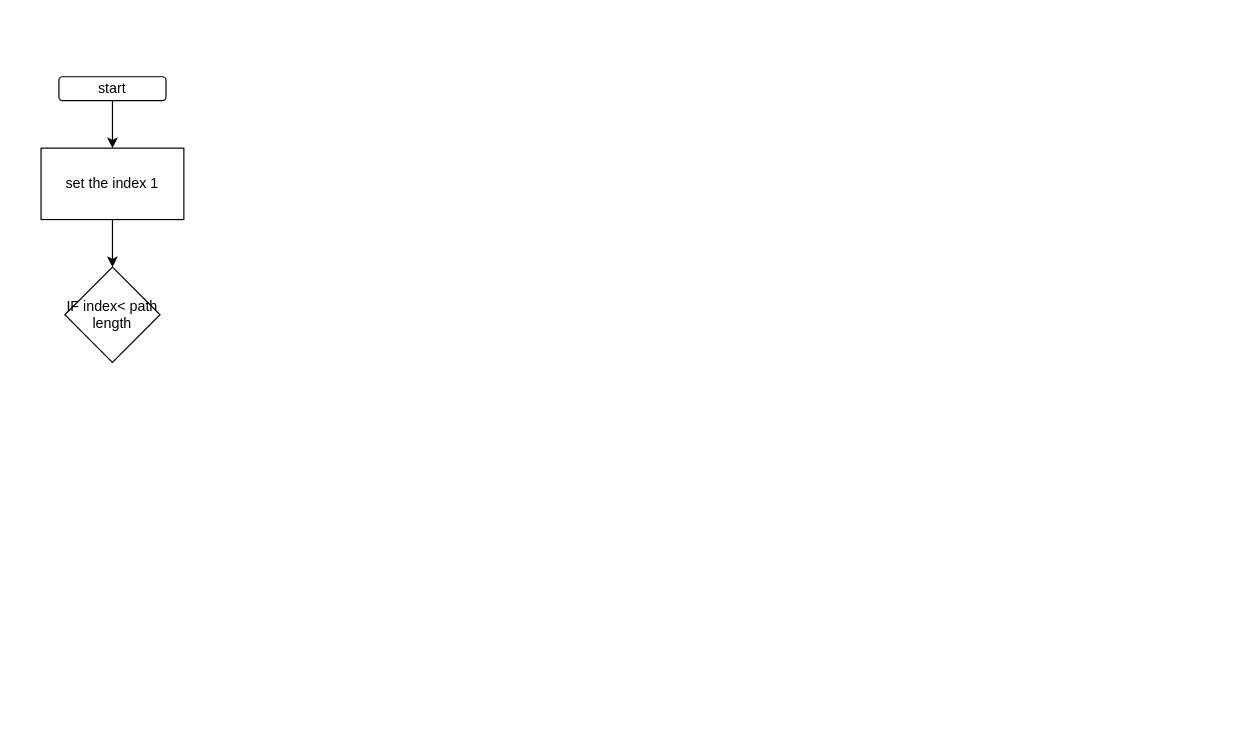
sivagit/diagrams keeps this draw.io diagram as vehicle/subTargetReachCallback.drawio. Above is the earlier version. Source tidied: cells renumbered, new cells numbered last; positions are measured from the earlier drawing's top-left corner, leaving out a move shared by most shapes. Both pictures are drawn from the tidied source at 119%, with x=0, y=0 at pixel (40, 76).
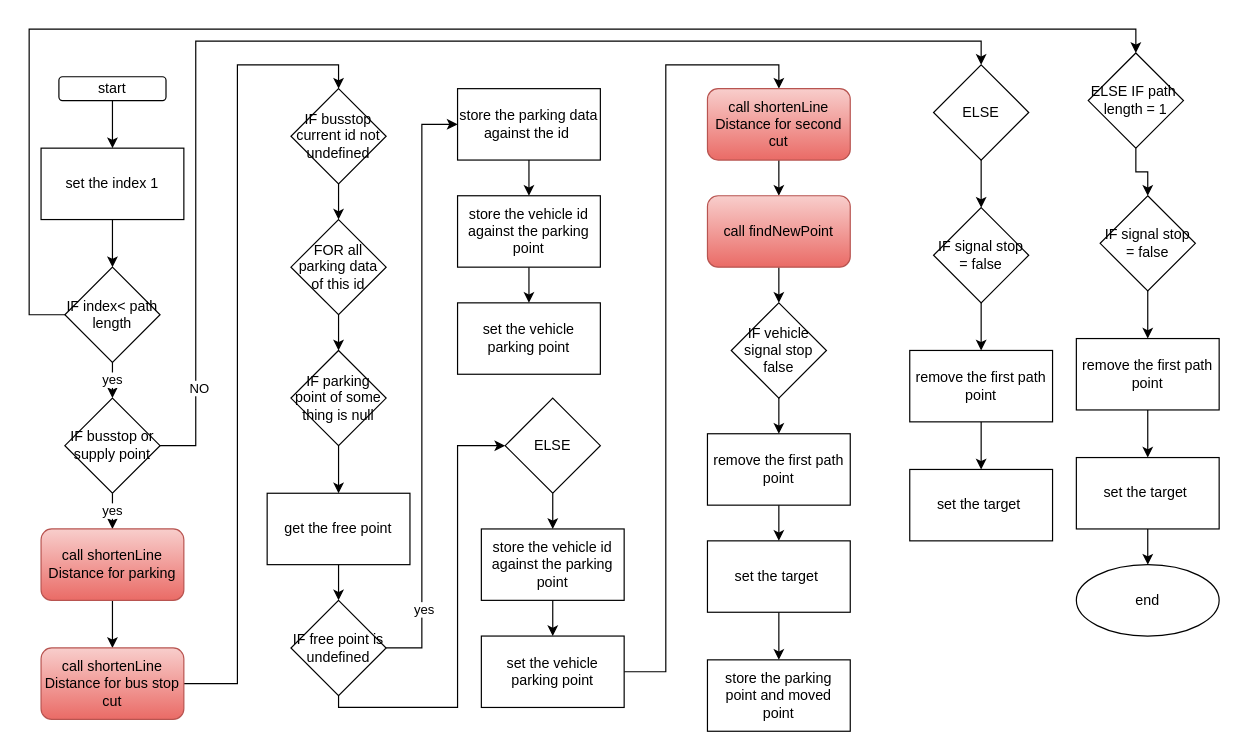
The same diagram, later.

Unchanged cells that the change refers to:
```xml
<mxCell id="6" value="IF index&amp;lt; path length" style="rhombus;whiteSpace=wrap;html=1;rounded=0;" parent="1" vertex="1">
  <mxGeometry x="20" y="160" width="80" height="80" as="geometry" />
</mxCell>
```

Change to the diagram source:
```diff
@@
+    <mxCell id="7" value="yes" style="edgeStyle=orthogonalEdgeStyle;rounded=0;jettySize=auto;html=1;" parent="1" edge="1" source="6" target="12">
+      <mxGeometry relative="1" as="geometry" />
+    </mxCell>
+    <mxCell id="8" style="edgeStyle=orthogonalEdgeStyle;rounded=0;jettySize=auto;html=1;" parent="1" edge="1" source="6" target="59">
+      <mxGeometry relative="1" as="geometry">
+        <Array as="points">
+          <mxPoint x="-10" y="200" />
+          <mxPoint x="-10" y="-40" />
+          <mxPoint x="920" y="-40" />
+        </Array>
+      </mxGeometry>
+    </mxCell>
@@
+    <mxCell id="9" value="yes" style="edgeStyle=orthogonalEdgeStyle;rounded=0;jettySize=auto;html=1;" parent="1" edge="1" source="12" target="14">
+      <mxGeometry relative="1" as="geometry" />
+    </mxCell>
+    <mxCell id="10" style="edgeStyle=orthogonalEdgeStyle;rounded=0;jettySize=auto;html=1;" parent="1" edge="1" source="12" target="52">
+      <mxGeometry relative="1" as="geometry">
+        <Array as="points">
+          <mxPoint x="130" y="310" />
+          <mxPoint x="130" y="-30" />
+          <mxPoint x="790" y="-30" />
+        </Array>
+      </mxGeometry>
+    </mxCell>
+    <mxCell id="11" value="NO" style="edgeLabel;html=1;align=center;verticalAlign=middle;" parent="10" vertex="1">
+      <mxGeometry x="-0.85" y="-2" relative="1" as="geometry" />
+    </mxCell>
+    <mxCell id="12" value="IF busstop or supply point" style="rhombus;whiteSpace=wrap;html=1;" parent="1" vertex="1">
+      <mxGeometry x="20" y="270" width="80" height="80" as="geometry" />
+    </mxCell>
+    <mxCell id="13" style="edgeStyle=orthogonalEdgeStyle;rounded=0;jettySize=auto;html=1;" parent="1" edge="1" source="14" target="16">
+      <mxGeometry relative="1" as="geometry" />
+    </mxCell>
+    <mxCell id="14" value="call&amp;nbsp;shortenLine&lt;br&gt;Distance for parking" style="rounded=1;whiteSpace=wrap;html=1;fillColor=#f8cecc;gradientColor=#ea6b66;strokeColor=#b85450;" parent="1" vertex="1">
+      <mxGeometry y="380" width="120" height="60" as="geometry" />
+    </mxCell>
+    <mxCell id="15" style="edgeStyle=orthogonalEdgeStyle;rounded=0;jettySize=auto;html=1;entryX=0.5;entryY=0;entryDx=0;entryDy=0;" parent="1" edge="1" source="16" target="18">
+      <mxGeometry relative="1" as="geometry" />
+    </mxCell>
+    <mxCell id="16" value="call&amp;nbsp;shortenLine&lt;br&gt;Distance for bus stop cut" style="rounded=1;whiteSpace=wrap;html=1;fillColor=#f8cecc;gradientColor=#ea6b66;strokeColor=#b85450;" parent="1" vertex="1">
+      <mxGeometry y="480" width="120" height="60" as="geometry" />
+    </mxCell>
+    <mxCell id="17" style="edgeStyle=orthogonalEdgeStyle;rounded=0;jettySize=auto;html=1;" parent="1" edge="1" source="18" target="20">
+      <mxGeometry relative="1" as="geometry" />
+    </mxCell>
+    <mxCell id="18" value="IF busstop current id not undefined" style="rhombus;whiteSpace=wrap;html=1;" parent="1" vertex="1">
+      <mxGeometry x="210" y="10" width="80" height="80" as="geometry" />
+    </mxCell>
+    <mxCell id="19" style="edgeStyle=orthogonalEdgeStyle;rounded=0;jettySize=auto;html=1;" parent="1" edge="1" source="20" target="22">
+      <mxGeometry relative="1" as="geometry" />
+    </mxCell>
+    <mxCell id="20" value="FOR all parking data of this id" style="rhombus;whiteSpace=wrap;html=1;" parent="1" vertex="1">
+      <mxGeometry x="210" y="120" width="80" height="80" as="geometry" />
+    </mxCell>
+    <mxCell id="21" style="edgeStyle=orthogonalEdgeStyle;rounded=0;jettySize=auto;html=1;" parent="1" edge="1" source="22" target="24">
+      <mxGeometry relative="1" as="geometry" />
+    </mxCell>
+    <mxCell id="22" value="IF parking point of some thing is null" style="rhombus;whiteSpace=wrap;html=1;" parent="1" vertex="1">
+      <mxGeometry x="210" y="230" width="80" height="80" as="geometry" />
+    </mxCell>
+    <mxCell id="23" style="edgeStyle=orthogonalEdgeStyle;rounded=0;jettySize=auto;html=1;" parent="1" edge="1" source="24" target="28">
+      <mxGeometry relative="1" as="geometry" />
+    </mxCell>
+    <mxCell id="24" value="get the free point" style="whiteSpace=wrap;html=1;" parent="1" vertex="1">
+      <mxGeometry x="190" y="350" width="120" height="60" as="geometry" />
+    </mxCell>
+    <mxCell id="25" style="edgeStyle=orthogonalEdgeStyle;rounded=0;jettySize=auto;html=1;" parent="1" edge="1" source="28" target="30">
+      <mxGeometry relative="1" as="geometry">
+        <Array as="points">
+          <mxPoint x="320" y="480" />
+          <mxPoint x="320" y="40" />
+        </Array>
+      </mxGeometry>
+    </mxCell>
+    <mxCell id="26" value="yes" style="edgeLabel;html=1;align=center;verticalAlign=middle;" parent="25" vertex="1">
+      <mxGeometry x="-0.75" y="-1" relative="1" as="geometry" />
+    </mxCell>
+    <mxCell id="27" style="edgeStyle=orthogonalEdgeStyle;rounded=0;jettySize=auto;html=1;" parent="1" edge="1" source="28" target="35">
+      <mxGeometry relative="1" as="geometry">
+        <Array as="points">
+          <mxPoint x="250" y="530" />
+          <mxPoint x="350" y="530" />
+          <mxPoint x="350" y="310" />
+        </Array>
+      </mxGeometry>
+    </mxCell>
+    <mxCell id="28" value="IF free point is undefined" style="rhombus;whiteSpace=wrap;html=1;" parent="1" vertex="1">
+      <mxGeometry x="210" y="440" width="80" height="80" as="geometry" />
+    </mxCell>
+    <mxCell id="29" style="edgeStyle=orthogonalEdgeStyle;rounded=0;jettySize=auto;html=1;" parent="1" edge="1" source="30" target="32">
+      <mxGeometry relative="1" as="geometry" />
+    </mxCell>
+    <mxCell id="30" value="store the parking data against the id&amp;nbsp;" style="whiteSpace=wrap;html=1;" parent="1" vertex="1">
+      <mxGeometry x="350" y="10" width="120" height="60" as="geometry" />
+    </mxCell>
+    <mxCell id="31" style="edgeStyle=orthogonalEdgeStyle;rounded=0;jettySize=auto;html=1;" parent="1" edge="1" source="32" target="33">
+      <mxGeometry relative="1" as="geometry" />
+    </mxCell>
+    <mxCell id="32" value="store the vehicle id against the parking point" style="whiteSpace=wrap;html=1;" parent="1" vertex="1">
+      <mxGeometry x="350" y="100" width="120" height="60" as="geometry" />
+    </mxCell>
+    <mxCell id="33" value="set the vehicle parking point" style="whiteSpace=wrap;html=1;" parent="1" vertex="1">
+      <mxGeometry x="350" y="190" width="120" height="60" as="geometry" />
+    </mxCell>
+    <mxCell id="34" style="edgeStyle=orthogonalEdgeStyle;rounded=0;jettySize=auto;html=1;" parent="1" edge="1" source="35" target="37">
+      <mxGeometry relative="1" as="geometry" />
+    </mxCell>
+    <mxCell id="35" value="ELSE" style="rhombus;whiteSpace=wrap;html=1;" parent="1" vertex="1">
+      <mxGeometry x="390" y="270" width="80" height="80" as="geometry" />
+    </mxCell>
+    <mxCell id="36" style="edgeStyle=orthogonalEdgeStyle;rounded=0;jettySize=auto;html=1;" parent="1" edge="1" source="37" target="39">
+      <mxGeometry relative="1" as="geometry" />
+    </mxCell>
+    <mxCell id="37" value="store the vehicle id against the parking point" style="whiteSpace=wrap;html=1;" parent="1" vertex="1">
+      <mxGeometry x="370" y="380" width="120" height="60" as="geometry" />
+    </mxCell>
+    <mxCell id="38" style="edgeStyle=orthogonalEdgeStyle;rounded=0;jettySize=auto;html=1;entryX=0.5;entryY=0;entryDx=0;entryDy=0;" parent="1" edge="1" source="39" target="41">
+      <mxGeometry relative="1" as="geometry" />
+    </mxCell>
+    <mxCell id="39" value="set the vehicle parking point" style="whiteSpace=wrap;html=1;" parent="1" vertex="1">
+      <mxGeometry x="370" y="470" width="120" height="60" as="geometry" />
+    </mxCell>
+    <mxCell id="40" style="edgeStyle=orthogonalEdgeStyle;rounded=0;jettySize=auto;html=1;" parent="1" edge="1" source="41" target="43">
+      <mxGeometry relative="1" as="geometry" />
+    </mxCell>
+    <mxCell id="41" value="call&amp;nbsp;shortenLine&lt;br&gt;Distance for second cut" style="rounded=1;whiteSpace=wrap;html=1;fillColor=#f8cecc;gradientColor=#ea6b66;strokeColor=#b85450;" parent="1" vertex="1">
+      <mxGeometry x="560" y="10" width="120" height="60" as="geometry" />
+    </mxCell>
+    <mxCell id="42" style="edgeStyle=orthogonalEdgeStyle;rounded=0;jettySize=auto;html=1;" parent="1" edge="1" source="43" target="45">
+      <mxGeometry relative="1" as="geometry" />
+    </mxCell>
+    <mxCell id="43" value="call&amp;nbsp;findNewPoint" style="rounded=1;whiteSpace=wrap;html=1;fillColor=#f8cecc;gradientColor=#ea6b66;strokeColor=#b85450;" parent="1" vertex="1">
+      <mxGeometry x="560" y="100" width="120" height="60" as="geometry" />
+    </mxCell>
+    <mxCell id="44" style="edgeStyle=orthogonalEdgeStyle;rounded=0;jettySize=auto;html=1;" parent="1" edge="1" source="45" target="47">
+      <mxGeometry relative="1" as="geometry" />
+    </mxCell>
+    <mxCell id="45" value="IF vehicle signal stop false" style="rhombus;whiteSpace=wrap;html=1;" parent="1" vertex="1">
+      <mxGeometry x="580" y="190" width="80" height="80" as="geometry" />
+    </mxCell>
+    <mxCell id="46" style="edgeStyle=orthogonalEdgeStyle;rounded=0;jettySize=auto;html=1;" parent="1" edge="1" source="47" target="49">
+      <mxGeometry relative="1" as="geometry" />
+    </mxCell>
+    <mxCell id="47" value="remove the first path point" style="whiteSpace=wrap;html=1;" parent="1" vertex="1">
+      <mxGeometry x="560" y="300" width="120" height="60" as="geometry" />
+    </mxCell>
+    <mxCell id="48" style="edgeStyle=orthogonalEdgeStyle;rounded=0;jettySize=auto;html=1;" parent="1" edge="1" source="49" target="50">
+      <mxGeometry relative="1" as="geometry" />
+    </mxCell>
+    <mxCell id="49" value="set the target&amp;nbsp;" style="whiteSpace=wrap;html=1;" parent="1" vertex="1">
+      <mxGeometry x="560" y="390" width="120" height="60" as="geometry" />
+    </mxCell>
+    <mxCell id="50" value="store the parking point and moved point" style="whiteSpace=wrap;html=1;" parent="1" vertex="1">
+      <mxGeometry x="560" y="490" width="120" height="60" as="geometry" />
+    </mxCell>
+    <mxCell id="51" style="edgeStyle=orthogonalEdgeStyle;rounded=0;jettySize=auto;html=1;" parent="1" edge="1" source="52" target="54">
+      <mxGeometry relative="1" as="geometry" />
+    </mxCell>
+    <mxCell id="52" value="ELSE" style="rhombus;whiteSpace=wrap;html=1;" parent="1" vertex="1">
+      <mxGeometry x="750" y="-10" width="80" height="80" as="geometry" />
+    </mxCell>
+    <mxCell id="53" style="edgeStyle=orthogonalEdgeStyle;rounded=0;jettySize=auto;html=1;" parent="1" edge="1" source="54" target="56">
+      <mxGeometry relative="1" as="geometry" />
+    </mxCell>
+    <mxCell id="54" value="IF signal stop = false" style="rhombus;whiteSpace=wrap;html=1;" parent="1" vertex="1">
+      <mxGeometry x="750" y="110" width="80" height="80" as="geometry" />
+    </mxCell>
+    <mxCell id="55" style="edgeStyle=orthogonalEdgeStyle;rounded=0;jettySize=auto;html=1;" parent="1" edge="1" source="56" target="57">
+      <mxGeometry relative="1" as="geometry" />
+    </mxCell>
+    <mxCell id="56" value="remove the first path point" style="whiteSpace=wrap;html=1;" parent="1" vertex="1">
+      <mxGeometry x="730" y="230" width="120" height="60" as="geometry" />
+    </mxCell>
+    <mxCell id="57" value="set the target&amp;nbsp;" style="whiteSpace=wrap;html=1;" parent="1" vertex="1">
+      <mxGeometry x="730" y="330" width="120" height="60" as="geometry" />
+    </mxCell>
+    <mxCell id="58" style="edgeStyle=orthogonalEdgeStyle;rounded=0;jettySize=auto;html=1;" parent="1" edge="1" source="59" target="61">
+      <mxGeometry relative="1" as="geometry" />
+    </mxCell>
+    <mxCell id="59" value="ELSE IF path&amp;nbsp; length = 1" style="rhombus;whiteSpace=wrap;html=1;rounded=0;" parent="1" vertex="1">
+      <mxGeometry x="880" y="-20" width="80" height="80" as="geometry" />
+    </mxCell>
+    <mxCell id="60" style="edgeStyle=orthogonalEdgeStyle;rounded=0;jettySize=auto;html=1;" parent="1" edge="1" source="61" target="63">
+      <mxGeometry relative="1" as="geometry" />
+    </mxCell>
+    <mxCell id="61" value="IF signal stop = false" style="rhombus;whiteSpace=wrap;html=1;" parent="1" vertex="1">
+      <mxGeometry x="890" y="100" width="80" height="80" as="geometry" />
+    </mxCell>
+    <mxCell id="62" style="edgeStyle=orthogonalEdgeStyle;rounded=0;jettySize=auto;html=1;" parent="1" edge="1" source="63" target="65">
+      <mxGeometry relative="1" as="geometry" />
+    </mxCell>
+    <mxCell id="63" value="remove the first path point" style="whiteSpace=wrap;html=1;" parent="1" vertex="1">
+      <mxGeometry x="870" y="220" width="120" height="60" as="geometry" />
+    </mxCell>
+    <mxCell id="64" style="edgeStyle=orthogonalEdgeStyle;rounded=0;jettySize=auto;html=1;" parent="1" edge="1" source="65" target="66">
+      <mxGeometry relative="1" as="geometry" />
+    </mxCell>
+    <mxCell id="65" value="set the target&amp;nbsp;" style="whiteSpace=wrap;html=1;" parent="1" vertex="1">
+      <mxGeometry x="870" y="320" width="120" height="60" as="geometry" />
+    </mxCell>
+    <mxCell id="66" value="end" style="ellipse;whiteSpace=wrap;html=1;" parent="1" vertex="1">
+      <mxGeometry x="870" y="410" width="120" height="60" as="geometry" />
+    </mxCell>
```
